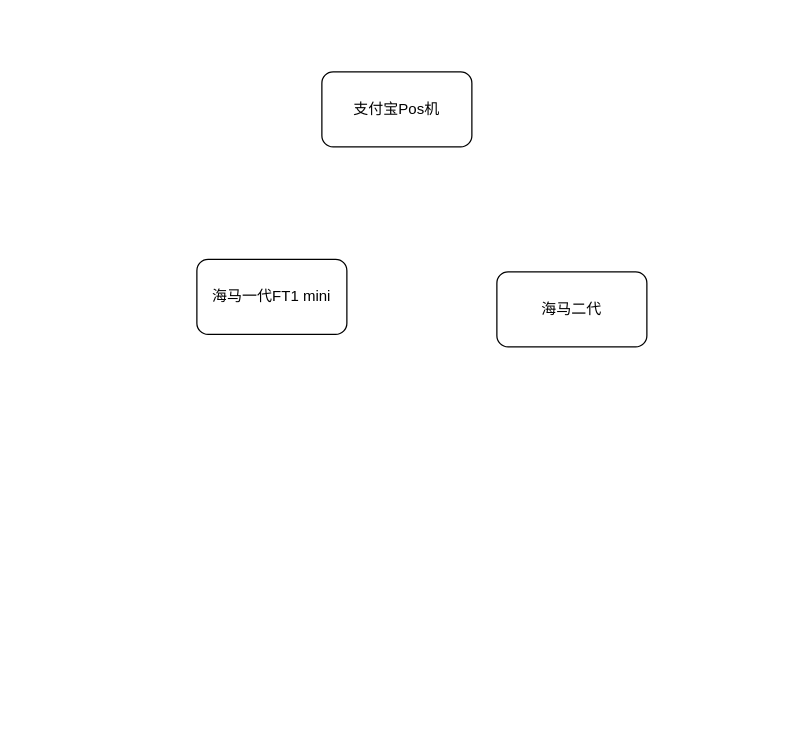
Before: 支付宝pos机知识串点.drawio in bzerozero7/test, a draw.io diagram. Source tidied: cells renumbered, new cells numbered last; positions are measured from the earlier drawing's top-left corner, leaving out a move shared by most shapes. Both pictures are drawn from the tidied source at 125%, with x=0, y=0 at pixel (196, 71).
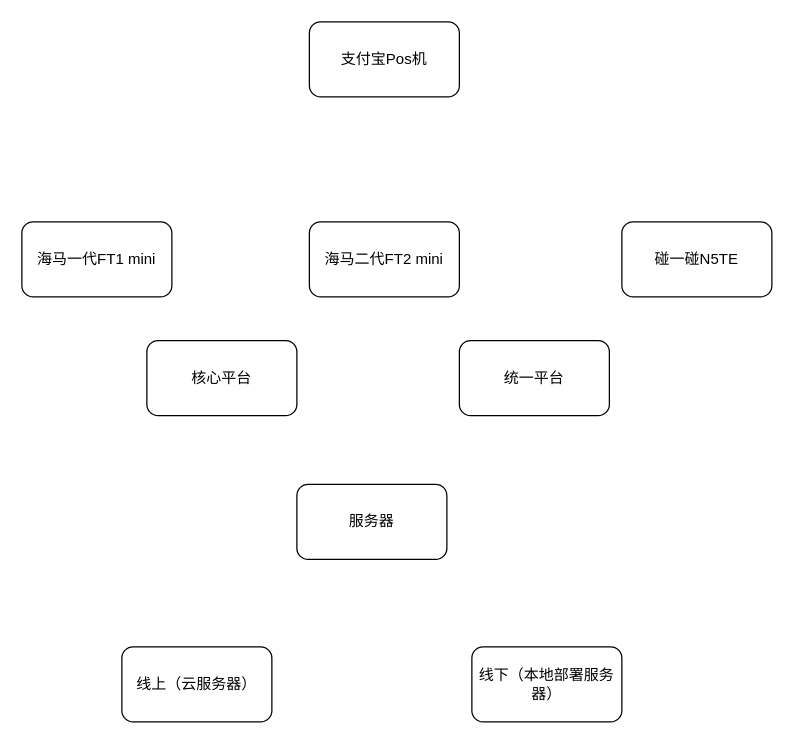
Above is the later version.

Commit message:
更新支付宝pos机知识串点.drawio

Diff of the diagram source:
```diff
@@
 <mxGraphModel>
   <root>
     <mxCell id="0" />
     <mxCell id="1" parent="0" />
     <mxCell id="2" value="支付宝Pos机" style="rounded=1;whiteSpace=wrap;html=1;" parent="1" vertex="1">
-      <mxGeometry x="100" width="120" height="60" as="geometry" />
+      <mxGeometry x="90" y="-40" width="120" height="60" as="geometry" />
     </mxCell>
     <mxCell id="3" value="海马一代FT1 mini" style="rounded=1;whiteSpace=wrap;html=1;" parent="1" vertex="1">
-      <mxGeometry y="150" width="120" height="60" as="geometry" />
+      <mxGeometry x="-140" y="120" width="120" height="60" as="geometry" />
     </mxCell>
-    <mxCell id="4" value="海马二代" style="rounded=1;whiteSpace=wrap;html=1;" parent="1" vertex="1">
-      <mxGeometry x="240" y="160" width="120" height="60" as="geometry" />
+    <mxCell id="4" value="海马二代FT2 mini" style="rounded=1;whiteSpace=wrap;html=1;" parent="1" vertex="1">
+      <mxGeometry x="90" y="120" width="120" height="60" as="geometry" />
     </mxCell>
+    <mxCell id="5" value="碰一碰N5TE" style="rounded=1;whiteSpace=wrap;html=1;" parent="1" vertex="1">
+      <mxGeometry x="340" y="120" width="120" height="60" as="geometry" />
+    </mxCell>
+    <mxCell id="6" value="线上（云服务器）" style="rounded=1;whiteSpace=wrap;html=1;" parent="1" vertex="1">
+      <mxGeometry x="-60" y="460" width="120" height="60" as="geometry" />
+    </mxCell>
+    <mxCell id="7" value="线下（本地部署服务器）" style="rounded=1;whiteSpace=wrap;html=1;" parent="1" vertex="1">
+      <mxGeometry x="220" y="460" width="120" height="60" as="geometry" />
+    </mxCell>
+    <mxCell id="8" value="核心平台" style="rounded=1;whiteSpace=wrap;html=1;" parent="1" vertex="1">
+      <mxGeometry x="-40" y="215" width="120" height="60" as="geometry" />
+    </mxCell>
+    <mxCell id="9" value="统一平台" style="rounded=1;whiteSpace=wrap;html=1;" parent="1" vertex="1">
+      <mxGeometry x="210" y="215" width="120" height="60" as="geometry" />
+    </mxCell>
+    <mxCell id="10" value="服务器" style="rounded=1;whiteSpace=wrap;html=1;" parent="1" vertex="1">
+      <mxGeometry x="80" y="330" width="120" height="60" as="geometry" />
+    </mxCell>
   </root>
 </mxGraphModel>
```
